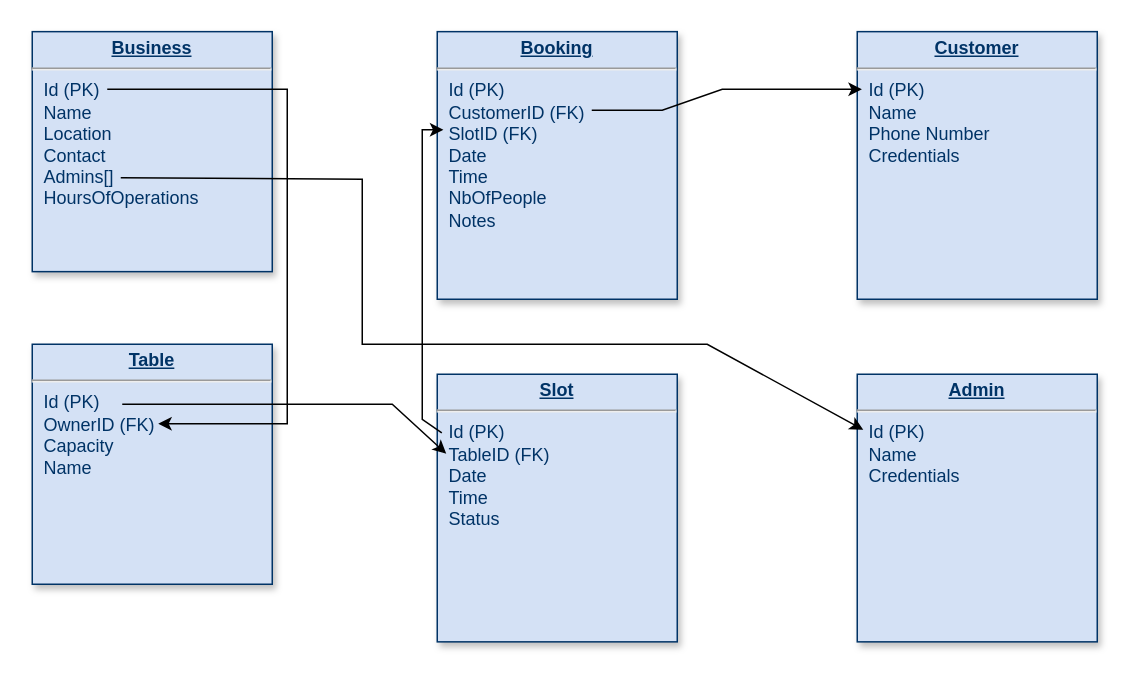
Above: conception/Data model.drawio in natelufuluabo/booking-system (draw.io), before the change. Source tidied: cells renumbered, new cells numbered last; positions are measured from the earlier drawing's top-left corner, leaving out a move shared by most shapes. Both pictures are drawn from the tidied source at 150%, with x=0, y=0 at pixel (32, 32).
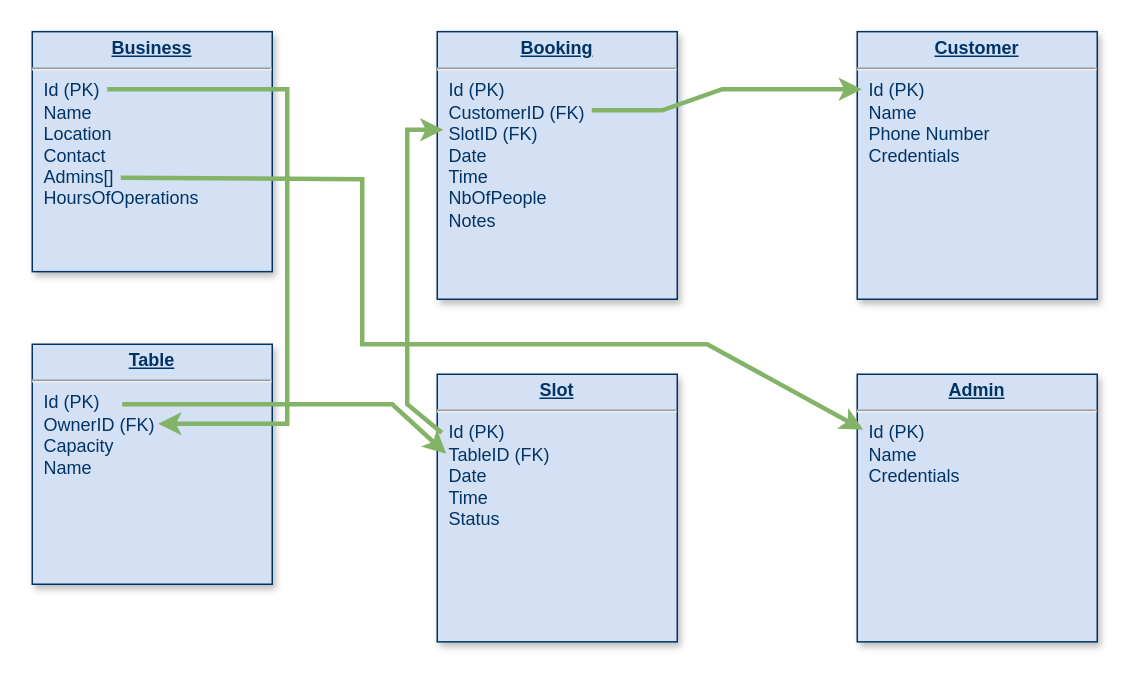
Above is the later version.

Unchanged cells that the change refers to:
```xml
<mxCell id="5" value="&lt;p style=&quot;margin: 4px 0px 0px; text-align: center;&quot;&gt;&lt;b&gt;&lt;u&gt;Slot&lt;/u&gt;&lt;/b&gt;&lt;/p&gt;&lt;hr&gt;&lt;p style=&quot;margin: 0px; margin-left: 8px;&quot;&gt;Id (PK)&lt;/p&gt;&lt;p style=&quot;margin: 0px; margin-left: 8px;&quot;&gt;TableID (FK)&lt;br&gt;&lt;/p&gt;&lt;p style=&quot;margin: 0px; margin-left: 8px;&quot;&gt;Date&lt;/p&gt;&lt;p style=&quot;margin: 0px; margin-left: 8px;&quot;&gt;Time&lt;/p&gt;&lt;p style=&quot;margin: 0px; margin-left: 8px;&quot;&gt;Status&lt;/p&gt;&lt;p style=&quot;margin: 0px; margin-left: 8px;&quot;&gt;&lt;br&gt;&lt;/p&gt;" style="verticalAlign=top;align=left;overflow=fill;fontSize=12;fontFamily=Helvetica;html=1;strokeColor=#003366;shadow=1;fillColor=#D4E1F5;fontColor=#003366;" parent="1" vertex="1">
  <mxGeometry x="270" y="228" width="160" height="178.4" as="geometry" />
</mxCell>
```

Change to the diagram source:
```diff
@@
-    <mxCell id="6" style="endArrow=classic;html=1;rounded=0;" parent="1" edge="1">
+    <mxCell id="6" style="endArrow=classic;html=1;rounded=0;fillColor=#d5e8d4;strokeColor=#82b366;strokeWidth=3;" parent="1" edge="1">
       <mxGeometry relative="1" as="geometry">
         <mxPoint x="50" y="38" as="sourcePoint" />
         <mxPoint x="84" y="261" as="targetPoint" />
         <Array as="points">
           <mxPoint x="170" y="38" />
           <mxPoint x="170" y="261" />
         </Array>
       </mxGeometry>
     </mxCell>
-    <mxCell id="7" style="endArrow=classic;html=1;rounded=0;" parent="1" edge="1">
+    <mxCell id="7" style="endArrow=classic;html=1;rounded=0;strokeWidth=3;fillColor=#d5e8d4;strokeColor=#82b366;" parent="1" edge="1">
       <mxGeometry relative="1" as="geometry">
         <mxPoint x="60" y="248" as="sourcePoint" />
         <mxPoint x="276" y="281" as="targetPoint" />
         <Array as="points">
           <mxPoint x="240" y="248" />
         </Array>
       </mxGeometry>
     </mxCell>
-    <mxCell id="8" style="endArrow=classic;html=1;rounded=0;entryX=0.063;entryY=0.383;entryDx=0;entryDy=0;entryPerimeter=0;exitX=0.019;exitY=0.219;exitDx=0;exitDy=0;exitPerimeter=0;" parent="1" edge="1" source="5">
+    <mxCell id="8" style="endArrow=classic;html=1;rounded=0;entryX=0.063;entryY=0.383;entryDx=0;entryDy=0;entryPerimeter=0;exitX=0.019;exitY=0.219;exitDx=0;exitDy=0;exitPerimeter=0;fillColor=#d5e8d4;strokeColor=#82b366;strokeWidth=3;" parent="1" edge="1" source="5">
       <mxGeometry relative="1" as="geometry">
         <mxPoint x="274.1" y="65" as="targetPoint" />
         <Array as="points">
-          <mxPoint x="260" y="258" />
-          <mxPoint x="260" y="65" />
+          <mxPoint x="250" y="248" />
+          <mxPoint x="250" y="65" />
         </Array>
       </mxGeometry>
     </mxCell>
@@
-    <mxCell id="10" style="endArrow=classic;html=1;rounded=0;entryX=0.063;entryY=0.215;entryDx=0;entryDy=0;entryPerimeter=0;" parent="1" edge="1">
+    <mxCell id="10" style="endArrow=classic;html=1;rounded=0;entryX=0.063;entryY=0.215;entryDx=0;entryDy=0;entryPerimeter=0;fillColor=#d5e8d4;strokeColor=#82b366;strokeWidth=3;" parent="1" edge="1">
       <mxGeometry relative="1" as="geometry">
         <mxPoint x="373" y="52" as="sourcePoint" />
         <mxPoint x="553.1" y="38" as="targetPoint" />
         <Array as="points">
           <mxPoint x="420" y="52" />
           <mxPoint x="460" y="38" />
         </Array>
       </mxGeometry>
     </mxCell>
@@
-    <mxCell id="12" style="endArrow=classic;html=1;rounded=0;" parent="1" edge="1">
+    <mxCell id="12" style="endArrow=classic;html=1;rounded=0;fillColor=#d5e8d4;strokeColor=#82b366;strokeWidth=3;" parent="1" edge="1">
       <mxGeometry relative="1" as="geometry">
         <mxPoint x="59" y="97" as="sourcePoint" />
         <mxPoint x="554" y="265" as="targetPoint" />
         <Array as="points">
           <mxPoint x="220" y="98" />
           <mxPoint x="220" y="208" />
           <mxPoint x="310" y="208" />
           <mxPoint x="450" y="208" />
         </Array>
       </mxGeometry>
     </mxCell>
```
